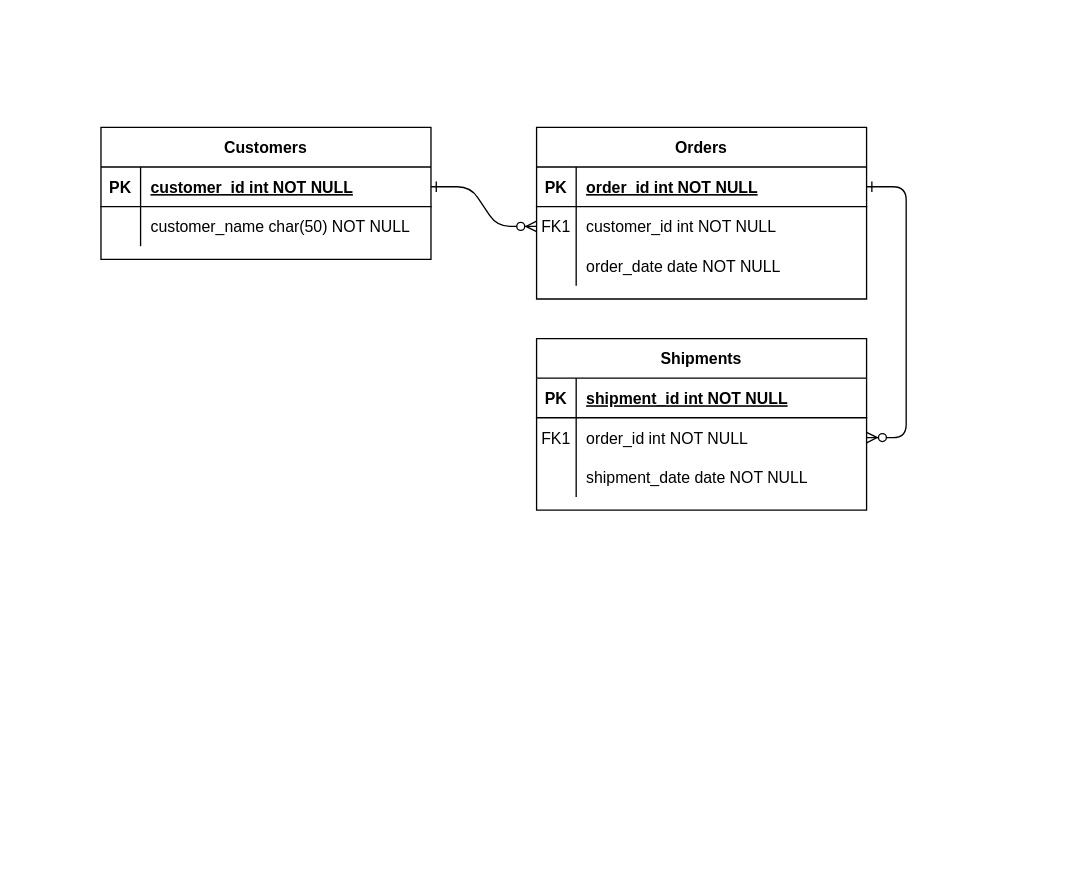
Above: Module_1/Lab_20_SQL-Business-Cases/Untitled Diagram.drawio in JaimeSastreCrespo/DAFT_1022 (draw.io), before the change. Source tidied: cells renumbered, new cells numbered last; positions are measured from the earlier drawing's top-left corner, leaving out a move shared by most shapes. Both pictures are drawn from the tidied source at 132%, with x=0, y=0 at pixel (100, 127).
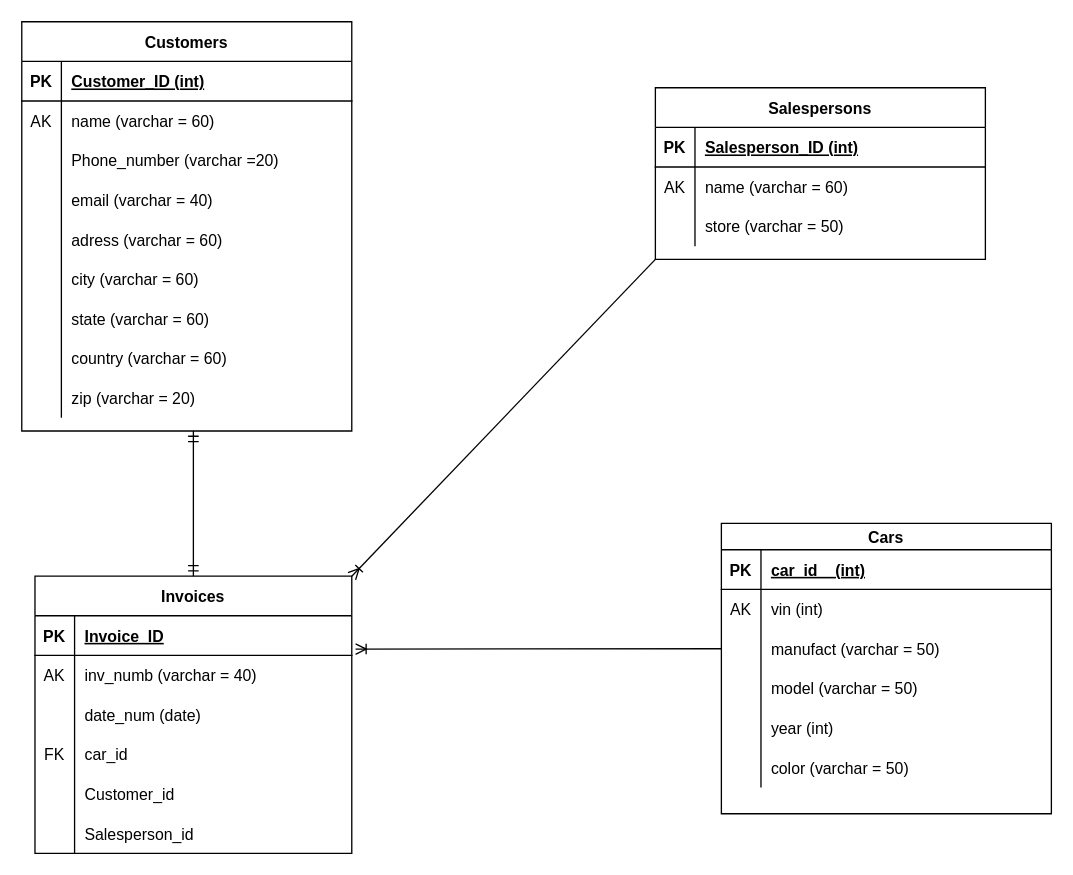
The same diagram, later.

The change refers to these unchanged cells:
```xml
<mxCell id="5" style="shape=partialRectangle;fillColor=none;points=[[0,0.5],[1,0.5]];portConstraint=eastwest;top=0;left=0;right=0;bottom=1;" parent="4" vertex="1">
  <mxGeometry y="30" width="250" height="30" as="geometry" />
</mxCell>
<mxCell id="8" style="shape=partialRectangle;fillColor=none;points=[[0,0.5],[1,0.5]];portConstraint=eastwest;top=0;left=0;right=0;bottom=0;" parent="4" vertex="1">
  <mxGeometry y="60" width="250" height="30" as="geometry" />
</mxCell>
<mxCell id="11" style="shape=partialRectangle;fillColor=none;top=0;left=0;right=0;bottom=0;" parent="4" vertex="1">
  <mxGeometry y="90" width="250" height="30" as="geometry" />
</mxCell>
<mxCell id="25" style="shape=partialRectangle;fillColor=none;points=[[0,0.5],[1,0.5]];portConstraint=eastwest;top=0;left=0;right=0;bottom=1;" parent="24" vertex="1">
  <mxGeometry y="30" width="250" height="30" as="geometry" />
</mxCell>
<mxCell id="28" style="shape=partialRectangle;fillColor=none;top=0;left=0;right=0;bottom=0;" parent="24" vertex="1">
  <mxGeometry y="60" width="250" height="30" as="geometry" />
</mxCell>
```

Change to the diagram source:
```diff
@@
-    <mxCell id="2" style="edgeStyle=entityRelationEdgeStyle;endArrow=ERzeroToMany;startArrow=ERone;endFill=1;startFill=0;" parent="1" edge="1" source="25" target="8">
-      <mxGeometry relative="1" as="geometry" />
-    </mxCell>
-    <mxCell id="3" style="edgeStyle=entityRelationEdgeStyle;endArrow=ERzeroToMany;startArrow=ERone;endFill=1;startFill=0;" parent="1" edge="1" source="5" target="18">
-      <mxGeometry relative="1" as="geometry" />
-    </mxCell>
-    <mxCell id="4" value="Orders" style="shape=table;startSize=30;childLayout=tableLayout;rowLines=0;fontStyle=1;align=center;" parent="1" vertex="1">
-      <mxGeometry x="330" width="250" height="130" as="geometry" />
+    <mxCell id="4" value="Salespersons" style="shape=table;startSize=30;childLayout=tableLayout;rowLines=0;fontStyle=1;align=center;" parent="1" vertex="1">
+      <mxGeometry x="420" y="-30" width="250" height="130" as="geometry" />
     </mxCell>
@@
-    <mxCell id="7" value="order_id int NOT NULL " style="shape=partialRectangle;overflow=hidden;fillColor=none;top=0;left=0;bottom=0;right=0;align=left;spacingLeft=6;fontStyle=5;" parent="5" vertex="1">
+    <mxCell id="7" value="Salesperson_ID (int)" style="shape=partialRectangle;overflow=hidden;fillColor=none;top=0;left=0;bottom=0;right=0;align=left;spacingLeft=6;fontStyle=5;" parent="5" vertex="1">
       <mxGeometry x="30" width="220" height="30" as="geometry" />
     </mxCell>
@@
-    <mxCell id="9" value="FK1" style="shape=partialRectangle;overflow=hidden;fillColor=none;top=0;left=0;bottom=0;right=0;" parent="8" vertex="1">
+    <mxCell id="9" value="AK" style="shape=partialRectangle;overflow=hidden;fillColor=none;top=0;left=0;bottom=0;right=0;" parent="8" vertex="1">
       <mxGeometry width="30" height="30" as="geometry" />
     </mxCell>
-    <mxCell id="10" value="customer_id int NOT NULL" style="shape=partialRectangle;overflow=hidden;fillColor=none;top=0;left=0;bottom=0;right=0;align=left;spacingLeft=6;" parent="8" vertex="1">
+    <mxCell id="10" value="name (varchar = 60)" style="shape=partialRectangle;overflow=hidden;fillColor=none;top=0;left=0;bottom=0;right=0;align=left;spacingLeft=6;" parent="8" vertex="1">
       <mxGeometry x="30" width="220" height="30" as="geometry" />
     </mxCell>
@@
-    <mxCell id="13" value="order_date date NOT NULL" style="shape=partialRectangle;overflow=hidden;fillColor=none;top=0;left=0;bottom=0;right=0;align=left;spacingLeft=6;" parent="11" vertex="1">
+    <mxCell id="13" value="store (varchar = 50)" style="shape=partialRectangle;overflow=hidden;fillColor=none;top=0;left=0;bottom=0;right=0;align=left;spacingLeft=6;" parent="11" vertex="1">
       <mxGeometry x="30" width="220" height="30" as="geometry" />
     </mxCell>
-    <mxCell id="14" value="Shipments" style="shape=table;startSize=30;childLayout=tableLayout;rowLines=0;fontStyle=1;align=center;" parent="1" vertex="1">
-      <mxGeometry x="330" y="160" width="250" height="130" as="geometry" />
+    <mxCell id="14" value="Cars" style="shape=table;startSize=20;childLayout=tableLayout;rowLines=0;fontStyle=1;align=center;" parent="1" vertex="1">
+      <mxGeometry x="470" y="300" width="250" height="220" as="geometry" />
     </mxCell>
     <mxCell id="15" style="shape=partialRectangle;fillColor=none;top=0;left=0;right=0;bottom=1;" parent="14" vertex="1">
-      <mxGeometry y="30" width="250" height="30" as="geometry" />
+      <mxGeometry y="20" width="250" height="30" as="geometry" />
     </mxCell>
@@
-    <mxCell id="17" value="shipment_id int NOT NULL " style="shape=partialRectangle;overflow=hidden;fillColor=none;top=0;left=0;bottom=0;right=0;align=left;spacingLeft=6;fontStyle=5;" parent="15" vertex="1">
+    <mxCell id="17" value="car_id    (int)" style="shape=partialRectangle;overflow=hidden;fillColor=none;top=0;left=0;bottom=0;right=0;align=left;spacingLeft=6;fontStyle=5;" parent="15" vertex="1">
       <mxGeometry x="30" width="220" height="30" as="geometry" />
     </mxCell>
     <mxCell id="18" style="shape=partialRectangle;fillColor=none;points=[[0,0.5],[1,0.5]];portConstraint=eastwest;top=0;left=0;right=0;bottom=0;" parent="14" vertex="1">
-      <mxGeometry y="60" width="250" height="30" as="geometry" />
+      <mxGeometry y="50" width="250" height="30" as="geometry" />
     </mxCell>
-    <mxCell id="19" value="FK1" style="shape=partialRectangle;overflow=hidden;fillColor=none;top=0;left=0;bottom=0;right=0;" parent="18" vertex="1">
+    <mxCell id="19" value="AK" style="shape=partialRectangle;overflow=hidden;fillColor=none;top=0;left=0;bottom=0;right=0;" parent="18" vertex="1">
       <mxGeometry width="30" height="30" as="geometry" />
     </mxCell>
-    <mxCell id="20" value="order_id int NOT NULL" style="shape=partialRectangle;overflow=hidden;fillColor=none;top=0;left=0;bottom=0;right=0;align=left;spacingLeft=6;" parent="18" vertex="1">
+    <mxCell id="20" value="vin (int)" style="shape=partialRectangle;overflow=hidden;fillColor=none;top=0;left=0;bottom=0;right=0;align=left;spacingLeft=6;" parent="18" vertex="1">
       <mxGeometry x="30" width="220" height="30" as="geometry" />
     </mxCell>
     <mxCell id="21" style="shape=partialRectangle;fillColor=none;points=[[0,0.5],[1,0.5]];portConstraint=eastwest;top=0;left=0;right=0;bottom=0;" parent="14" vertex="1">
-      <mxGeometry y="90" width="250" height="30" as="geometry" />
+      <mxGeometry y="80" width="250" height="30" as="geometry" />
     </mxCell>
@@
-    <mxCell id="23" value="shipment_date date NOT NULL" style="shape=partialRectangle;overflow=hidden;fillColor=none;top=0;left=0;bottom=0;right=0;align=left;spacingLeft=6;" parent="21" vertex="1">
+    <mxCell id="23" value="manufact (varchar = 50)" style="shape=partialRectangle;overflow=hidden;fillColor=none;top=0;left=0;bottom=0;right=0;align=left;spacingLeft=6;" parent="21" vertex="1">
       <mxGeometry x="30" width="220" height="30" as="geometry" />
     </mxCell>
+    <mxCell id="31" style="shape=tableRow;horizontal=0;startSize=0;swimlaneHead=0;swimlaneBody=0;fillColor=none;top=0;left=0;right=0;bottom=0;" parent="14" vertex="1">
+      <mxGeometry y="110" width="250" height="30" as="geometry" />
+    </mxCell>
+    <mxCell id="32" style="shape=partialRectangle;fillColor=none;top=0;left=0;bottom=0;right=0;overflow=hidden;" parent="31" vertex="1">
+      <mxGeometry width="30" height="30" as="geometry" />
+    </mxCell>
+    <mxCell id="33" value="model (varchar = 50)" style="shape=partialRectangle;fillColor=none;top=0;left=0;bottom=0;right=0;align=left;spacingLeft=6;overflow=hidden;" parent="31" vertex="1">
+      <mxGeometry x="30" width="220" height="30" as="geometry" />
+    </mxCell>
+    <mxCell id="34" style="shape=tableRow;horizontal=0;startSize=0;swimlaneHead=0;swimlaneBody=0;fillColor=none;top=0;left=0;right=0;bottom=0;" parent="14" vertex="1">
+      <mxGeometry y="140" width="250" height="30" as="geometry" />
+    </mxCell>
+    <mxCell id="35" style="shape=partialRectangle;fillColor=none;top=0;left=0;bottom=0;right=0;overflow=hidden;" parent="34" vertex="1">
+      <mxGeometry width="30" height="30" as="geometry" />
+    </mxCell>
+    <mxCell id="36" value="year (int)" style="shape=partialRectangle;fillColor=none;top=0;left=0;bottom=0;right=0;align=left;spacingLeft=6;overflow=hidden;" parent="34" vertex="1">
+      <mxGeometry x="30" width="220" height="30" as="geometry" />
+    </mxCell>
+    <mxCell id="37" style="shape=tableRow;horizontal=0;startSize=0;swimlaneHead=0;swimlaneBody=0;fillColor=none;top=0;left=0;right=0;bottom=0;" parent="14" vertex="1">
+      <mxGeometry y="170" width="250" height="30" as="geometry" />
+    </mxCell>
+    <mxCell id="38" style="shape=partialRectangle;fillColor=none;top=0;left=0;bottom=0;right=0;overflow=hidden;" parent="37" vertex="1">
+      <mxGeometry width="30" height="30" as="geometry" />
+    </mxCell>
+    <mxCell id="39" value="color (varchar = 50)" style="shape=partialRectangle;fillColor=none;top=0;left=0;bottom=0;right=0;align=left;spacingLeft=6;overflow=hidden;" parent="37" vertex="1">
+      <mxGeometry x="30" width="220" height="30" as="geometry" />
+    </mxCell>
     <mxCell id="24" value="Customers" style="shape=table;startSize=30;childLayout=tableLayout;rowLines=0;fontStyle=1;align=center;" parent="1" vertex="1">
-      <mxGeometry width="250" height="100" as="geometry" />
+      <mxGeometry x="-60" y="-80" width="250" height="310" as="geometry" />
     </mxCell>
@@
-    <mxCell id="27" value="customer_id int NOT NULL " style="shape=partialRectangle;overflow=hidden;fillColor=none;top=0;left=0;bottom=0;right=0;align=left;spacingLeft=6;fontStyle=5;" parent="25" vertex="1">
+    <mxCell id="27" value="Customer_ID (int)" style="shape=partialRectangle;overflow=hidden;fillColor=none;top=0;left=0;bottom=0;right=0;align=left;spacingLeft=6;fontStyle=5;" parent="25" vertex="1">
       <mxGeometry x="30" width="220" height="30" as="geometry" />
     </mxCell>
@@
-    <mxCell id="29" style="shape=partialRectangle;overflow=hidden;fillColor=none;top=0;left=0;bottom=0;right=0;" parent="28" vertex="1">
+    <mxCell id="29" value="AK" style="shape=partialRectangle;overflow=hidden;fillColor=none;top=0;left=0;bottom=0;right=0;" parent="28" vertex="1">
       <mxGeometry width="30" height="30" as="geometry" />
     </mxCell>
-    <mxCell id="30" value="customer_name char(50) NOT NULL" style="shape=partialRectangle;overflow=hidden;fillColor=none;top=0;left=0;bottom=0;right=0;align=left;spacingLeft=6;" parent="28" vertex="1">
+    <mxCell id="30" value="name (varchar = 60)" style="shape=partialRectangle;overflow=hidden;fillColor=none;top=0;left=0;bottom=0;right=0;align=left;spacingLeft=6;" parent="28" vertex="1">
       <mxGeometry x="30" width="220" height="30" as="geometry" />
     </mxCell>
+    <mxCell id="40" style="shape=tableRow;horizontal=0;startSize=0;swimlaneHead=0;swimlaneBody=0;fillColor=none;top=0;left=0;right=0;bottom=0;" parent="24" vertex="1">
+      <mxGeometry y="90" width="250" height="30" as="geometry" />
+    </mxCell>
+    <mxCell id="41" style="shape=partialRectangle;fillColor=none;top=0;left=0;bottom=0;right=0;overflow=hidden;" parent="40" vertex="1">
+      <mxGeometry width="30" height="30" as="geometry" />
+    </mxCell>
+    <mxCell id="42" value="Phone_number (varchar =20)" style="shape=partialRectangle;fillColor=none;top=0;left=0;bottom=0;right=0;align=left;spacingLeft=6;overflow=hidden;" parent="40" vertex="1">
+      <mxGeometry x="30" width="220" height="30" as="geometry" />
+    </mxCell>
+    <mxCell id="43" style="shape=tableRow;horizontal=0;startSize=0;swimlaneHead=0;swimlaneBody=0;fillColor=none;top=0;left=0;right=0;bottom=0;" parent="24" vertex="1">
+      <mxGeometry y="120" width="250" height="30" as="geometry" />
+    </mxCell>
+    <mxCell id="44" style="shape=partialRectangle;fillColor=none;top=0;left=0;bottom=0;right=0;overflow=hidden;" parent="43" vertex="1">
+      <mxGeometry width="30" height="30" as="geometry" />
+    </mxCell>
+    <mxCell id="45" value="email (varchar = 40)" style="shape=partialRectangle;fillColor=none;top=0;left=0;bottom=0;right=0;align=left;spacingLeft=6;overflow=hidden;" parent="43" vertex="1">
+      <mxGeometry x="30" width="220" height="30" as="geometry" />
+    </mxCell>
+    <mxCell id="46" style="shape=tableRow;horizontal=0;startSize=0;swimlaneHead=0;swimlaneBody=0;fillColor=none;top=0;left=0;right=0;bottom=0;" parent="24" vertex="1">
+      <mxGeometry y="150" width="250" height="30" as="geometry" />
+    </mxCell>
+    <mxCell id="47" style="shape=partialRectangle;fillColor=none;top=0;left=0;bottom=0;right=0;overflow=hidden;" parent="46" vertex="1">
+      <mxGeometry width="30" height="30" as="geometry" />
+    </mxCell>
+    <mxCell id="48" value="adress (varchar = 60)" style="shape=partialRectangle;fillColor=none;top=0;left=0;bottom=0;right=0;align=left;spacingLeft=6;overflow=hidden;" parent="46" vertex="1">
+      <mxGeometry x="30" width="220" height="30" as="geometry" />
+    </mxCell>
+    <mxCell id="49" style="shape=tableRow;horizontal=0;startSize=0;swimlaneHead=0;swimlaneBody=0;fillColor=none;top=0;left=0;right=0;bottom=0;" parent="24" vertex="1">
+      <mxGeometry y="180" width="250" height="30" as="geometry" />
+    </mxCell>
+    <mxCell id="50" style="shape=partialRectangle;fillColor=none;top=0;left=0;bottom=0;right=0;overflow=hidden;" parent="49" vertex="1">
+      <mxGeometry width="30" height="30" as="geometry" />
+    </mxCell>
+    <mxCell id="51" value="city (varchar = 60)" style="shape=partialRectangle;fillColor=none;top=0;left=0;bottom=0;right=0;align=left;spacingLeft=6;overflow=hidden;" parent="49" vertex="1">
+      <mxGeometry x="30" width="220" height="30" as="geometry" />
+    </mxCell>
+    <mxCell id="52" style="shape=tableRow;horizontal=0;startSize=0;swimlaneHead=0;swimlaneBody=0;fillColor=none;top=0;left=0;right=0;bottom=0;" parent="24" vertex="1">
+      <mxGeometry y="210" width="250" height="30" as="geometry" />
+    </mxCell>
+    <mxCell id="53" style="shape=partialRectangle;fillColor=none;top=0;left=0;bottom=0;right=0;overflow=hidden;" parent="52" vertex="1">
+      <mxGeometry width="30" height="30" as="geometry" />
+    </mxCell>
+    <mxCell id="54" value="state (varchar = 60)" style="shape=partialRectangle;fillColor=none;top=0;left=0;bottom=0;right=0;align=left;spacingLeft=6;overflow=hidden;" parent="52" vertex="1">
+      <mxGeometry x="30" width="220" height="30" as="geometry" />
+    </mxCell>
+    <mxCell id="55" style="shape=tableRow;horizontal=0;startSize=0;swimlaneHead=0;swimlaneBody=0;fillColor=none;top=0;left=0;right=0;bottom=0;" parent="24" vertex="1">
+      <mxGeometry y="240" width="250" height="30" as="geometry" />
+    </mxCell>
+    <mxCell id="56" style="shape=partialRectangle;fillColor=none;top=0;left=0;bottom=0;right=0;overflow=hidden;" parent="55" vertex="1">
+      <mxGeometry width="30" height="30" as="geometry" />
+    </mxCell>
+    <mxCell id="57" value="country (varchar = 60)" style="shape=partialRectangle;fillColor=none;top=0;left=0;bottom=0;right=0;align=left;spacingLeft=6;overflow=hidden;" parent="55" vertex="1">
+      <mxGeometry x="30" width="220" height="30" as="geometry" />
+    </mxCell>
+    <mxCell id="58" style="shape=tableRow;horizontal=0;startSize=0;swimlaneHead=0;swimlaneBody=0;fillColor=none;top=0;left=0;right=0;bottom=0;" parent="24" vertex="1">
+      <mxGeometry y="270" width="250" height="30" as="geometry" />
+    </mxCell>
+    <mxCell id="59" style="shape=partialRectangle;fillColor=none;top=0;left=0;bottom=0;right=0;overflow=hidden;" parent="58" vertex="1">
+      <mxGeometry width="30" height="30" as="geometry" />
+    </mxCell>
+    <mxCell id="60" value="zip (varchar = 20)" style="shape=partialRectangle;fillColor=none;top=0;left=0;bottom=0;right=0;align=left;spacingLeft=6;overflow=hidden;" parent="58" vertex="1">
+      <mxGeometry x="30" width="220" height="30" as="geometry" />
+    </mxCell>
+    <mxCell id="61" value="Invoices" style="shape=table;startSize=30;childLayout=tableLayout;rowLines=0;fontStyle=1;align=center;" parent="1" vertex="1">
+      <mxGeometry x="-50" y="340" width="240" height="210" as="geometry" />
+    </mxCell>
+    <mxCell id="62" style="shape=tableRow;horizontal=0;startSize=0;swimlaneHead=0;swimlaneBody=0;fillColor=none;top=0;left=0;right=0;bottom=1;" parent="61" vertex="1">
+      <mxGeometry y="30" width="240" height="30" as="geometry" />
+    </mxCell>
+    <mxCell id="63" value="PK" style="shape=partialRectangle;fillColor=none;top=0;left=0;bottom=0;right=0;fontStyle=1;overflow=hidden;" parent="62" vertex="1">
+      <mxGeometry width="30" height="30" as="geometry" />
+    </mxCell>
+    <mxCell id="64" value="Invoice_ID" style="shape=partialRectangle;fillColor=none;top=0;left=0;bottom=0;right=0;align=left;spacingLeft=6;fontStyle=5;overflow=hidden;" parent="62" vertex="1">
+      <mxGeometry x="30" width="210" height="30" as="geometry" />
+    </mxCell>
+    <mxCell id="65" style="shape=tableRow;horizontal=0;startSize=0;swimlaneHead=0;swimlaneBody=0;fillColor=none;points=[[0,0.5],[1,0.5]];portConstraint=eastwest;top=0;left=0;right=0;bottom=0;" parent="61" vertex="1">
+      <mxGeometry y="60" width="240" height="30" as="geometry" />
+    </mxCell>
+    <mxCell id="66" value="AK" style="shape=partialRectangle;fillColor=none;top=0;left=0;bottom=0;right=0;overflow=hidden;" parent="65" vertex="1">
+      <mxGeometry width="30" height="30" as="geometry" />
+    </mxCell>
+    <mxCell id="67" value="inv_numb (varchar = 40)" style="shape=partialRectangle;fillColor=none;top=0;left=0;bottom=0;right=0;align=left;spacingLeft=6;overflow=hidden;" parent="65" vertex="1">
+      <mxGeometry x="30" width="210" height="30" as="geometry" />
+    </mxCell>
+    <mxCell id="68" style="shape=tableRow;horizontal=0;startSize=0;swimlaneHead=0;swimlaneBody=0;fillColor=none;top=0;left=0;right=0;bottom=0;" parent="61" vertex="1">
+      <mxGeometry y="90" width="240" height="30" as="geometry" />
+    </mxCell>
+    <mxCell id="69" style="shape=partialRectangle;fillColor=none;top=0;left=0;bottom=0;right=0;overflow=hidden;" parent="68" vertex="1">
+      <mxGeometry width="30" height="30" as="geometry" />
+    </mxCell>
+    <mxCell id="70" value="date_num (date)" style="shape=partialRectangle;fillColor=none;top=0;left=0;bottom=0;right=0;align=left;spacingLeft=6;overflow=hidden;" parent="68" vertex="1">
+      <mxGeometry x="30" width="210" height="30" as="geometry" />
+    </mxCell>
+    <mxCell id="71" style="shape=tableRow;horizontal=0;startSize=0;swimlaneHead=0;swimlaneBody=0;fillColor=none;top=0;left=0;right=0;bottom=0;" parent="61" vertex="1">
+      <mxGeometry y="120" width="240" height="30" as="geometry" />
+    </mxCell>
+    <mxCell id="72" value="FK" style="shape=partialRectangle;fillColor=none;top=0;left=0;bottom=0;right=0;overflow=hidden;" parent="71" vertex="1">
+      <mxGeometry width="30" height="30" as="geometry" />
+    </mxCell>
+    <mxCell id="73" value="car_id" style="shape=partialRectangle;fillColor=none;top=0;left=0;bottom=0;right=0;align=left;spacingLeft=6;overflow=hidden;" parent="71" vertex="1">
+      <mxGeometry x="30" width="210" height="30" as="geometry" />
+    </mxCell>
+    <mxCell id="74" style="shape=tableRow;horizontal=0;startSize=0;swimlaneHead=0;swimlaneBody=0;fillColor=none;top=0;left=0;right=0;bottom=0;" parent="61" vertex="1">
+      <mxGeometry y="150" width="240" height="30" as="geometry" />
+    </mxCell>
+    <mxCell id="75" style="shape=partialRectangle;fillColor=none;top=0;left=0;bottom=0;right=0;overflow=hidden;" parent="74" vertex="1">
+      <mxGeometry width="30" height="30" as="geometry" />
+    </mxCell>
+    <mxCell id="76" value="Customer_id" style="shape=partialRectangle;fillColor=none;top=0;left=0;bottom=0;right=0;align=left;spacingLeft=6;overflow=hidden;" parent="74" vertex="1">
+      <mxGeometry x="30" width="210" height="30" as="geometry" />
+    </mxCell>
+    <mxCell id="77" style="shape=tableRow;horizontal=0;startSize=0;swimlaneHead=0;swimlaneBody=0;fillColor=none;top=0;left=0;right=0;bottom=0;" parent="61" vertex="1">
+      <mxGeometry y="180" width="240" height="30" as="geometry" />
+    </mxCell>
+    <mxCell id="78" style="shape=partialRectangle;fillColor=none;top=0;left=0;bottom=0;right=0;overflow=hidden;" parent="77" vertex="1">
+      <mxGeometry width="30" height="30" as="geometry" />
+    </mxCell>
+    <mxCell id="79" value="Salesperson_id" style="shape=partialRectangle;fillColor=none;top=0;left=0;bottom=0;right=0;align=left;spacingLeft=6;overflow=hidden;" parent="77" vertex="1">
+      <mxGeometry x="30" width="210" height="30" as="geometry" />
+    </mxCell>
+    <mxCell id="80" style="fontSize=12;html=1;endArrow=ERmandOne;startArrow=ERmandOne;rounded=0;entryX=0.5;entryY=0;entryDx=0;entryDy=0;" parent="1" edge="1" target="61">
+      <mxGeometry relative="1" as="geometry">
+        <mxPoint x="70" y="230" as="sourcePoint" />
+      </mxGeometry>
+    </mxCell>
+    <mxCell id="81" style="fontSize=12;html=1;endArrow=ERoneToMany;rounded=0;exitX=0;exitY=0.5;exitDx=0;exitDy=0;entryX=1.012;entryY=-0.159;entryDx=0;entryDy=0;entryPerimeter=0;" parent="1" edge="1" source="21" target="65">
+      <mxGeometry relative="1" as="geometry" />
+    </mxCell>
+    <mxCell id="82" style="fontSize=12;html=1;endArrow=ERoneToMany;rounded=0;exitX=0;exitY=1;exitDx=0;exitDy=0;entryX=1;entryY=0;entryDx=0;entryDy=0;" parent="1" edge="1" source="4" target="61">
+      <mxGeometry relative="1" as="geometry" />
+    </mxCell>
```
